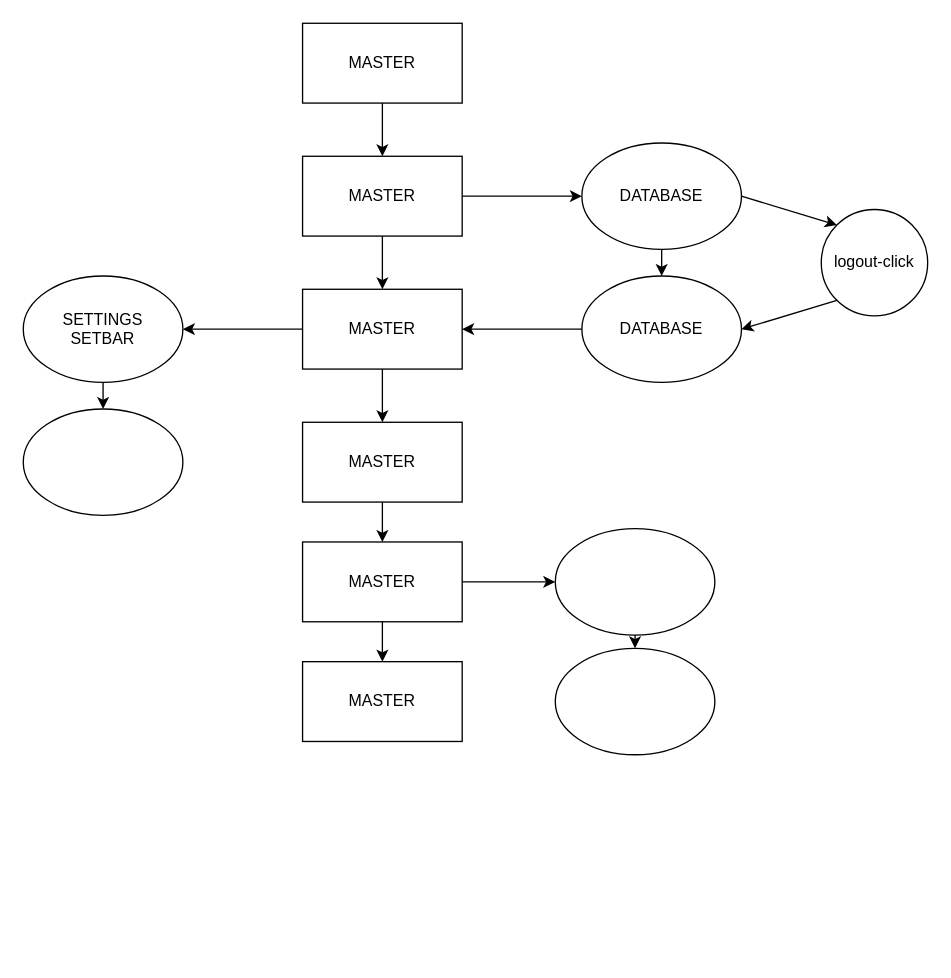
Before: INFORMATION/branches.drawio in Man1exter/MAIG-WAREHOUSE, a draw.io diagram. Source tidied: cells renumbered, new cells numbered last; positions are measured from the earlier drawing's top-left corner, leaving out a move shared by most shapes. Both pictures are drawn from the tidied source at 133%, with x=0, y=0 at pixel (23, 23).
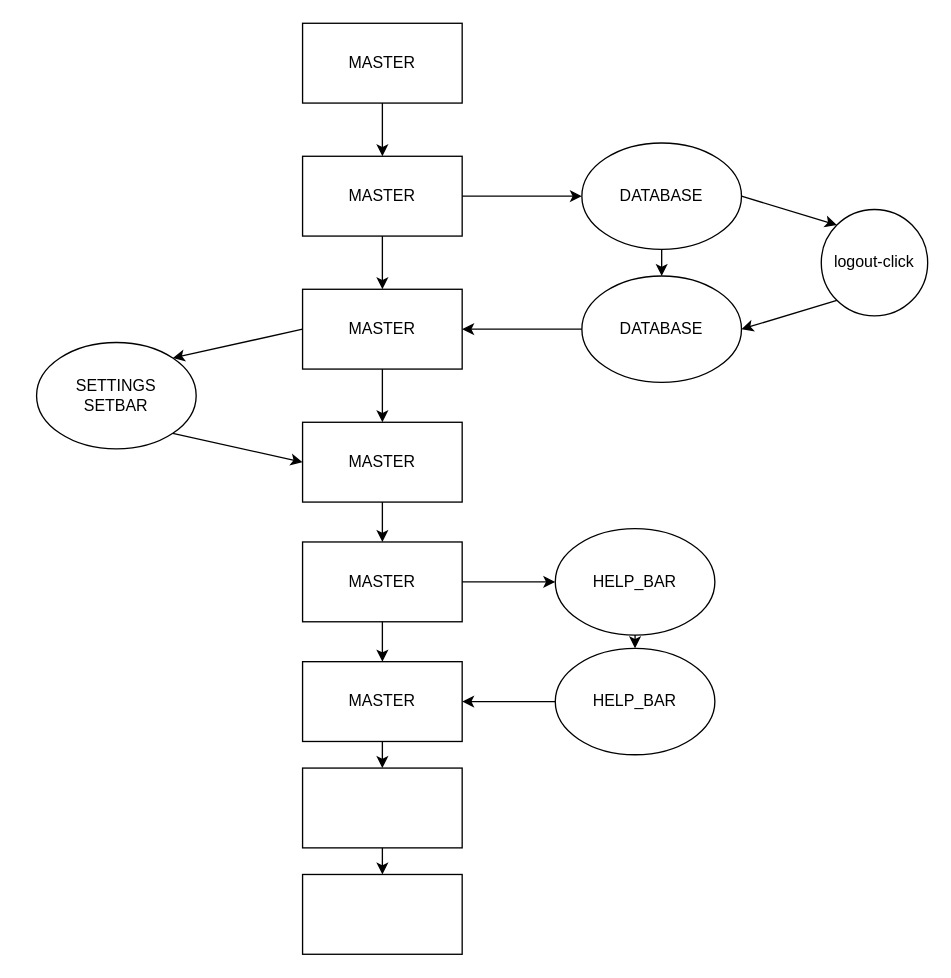
The same diagram, later.

Commit message (it also covers changes not shown here):
Class - section of help/contact us

Unchanged cells that the change refers to:
```xml
<mxCell id="4" value="MASTER" style="rounded=0;whiteSpace=wrap;html=1;" parent="1" vertex="1">
  <mxGeometry x="210" y="200" width="120" height="60" as="geometry" />
</mxCell>
<mxCell id="13" value="MASTER" style="rounded=0;whiteSpace=wrap;html=1;" parent="1" vertex="1">
  <mxGeometry x="210" y="300" width="120" height="60" as="geometry" />
</mxCell>
<mxCell id="22" value="MASTER" style="rounded=0;whiteSpace=wrap;html=1;" parent="1" vertex="1">
  <mxGeometry x="210" y="480" width="120" height="60" as="geometry" />
</mxCell>
```

Change to the diagram source:
```diff
@@
     <mxCell id="17" value="SETTINGS&lt;br&gt;SETBAR" style="ellipse;whiteSpace=wrap;html=1;" parent="1" vertex="1">
-      <mxGeometry y="190" width="120" height="80" as="geometry" />
+      <mxGeometry x="10" y="240" width="120" height="80" as="geometry" />
     </mxCell>
-    <mxCell id="18" style="ellipse;whiteSpace=wrap;html=1;" parent="1" vertex="1">
-      <mxGeometry y="290" width="120" height="80" as="geometry" />
-    </mxCell>
-    <mxCell id="19" style="endArrow=classic;html=1;exitX=0;exitY=0.5;exitDx=0;exitDy=0;entryX=1;entryY=0.5;entryDx=0;entryDy=0;" parent="1" edge="1" source="4" target="17">
+    <mxCell id="19" style="endArrow=classic;html=1;exitX=0;exitY=0.5;exitDx=0;exitDy=0;entryX=1;entryY=0;entryDx=0;entryDy=0;" parent="1" edge="1" source="4" target="17">
       <mxGeometry relative="1" as="geometry" />
     </mxCell>
-    <mxCell id="20" style="endArrow=classic;html=1;exitX=0.5;exitY=1;exitDx=0;exitDy=0;entryX=0.5;entryY=0;entryDx=0;entryDy=0;" parent="1" edge="1" source="17" target="18">
-      <mxGeometry relative="1" as="geometry" />
-    </mxCell>
@@
-    <mxCell id="25" style="ellipse;whiteSpace=wrap;html=1;" parent="1" vertex="1">
+    <mxCell id="25" value="HELP_BAR" style="ellipse;whiteSpace=wrap;html=1;" parent="1" vertex="1">
       <mxGeometry x="400" y="470" width="120" height="80" as="geometry" />
     </mxCell>
-    <mxCell id="26" style="ellipse;whiteSpace=wrap;html=1;" parent="1" vertex="1">
+    <mxCell id="26" value="HELP_BAR" style="ellipse;whiteSpace=wrap;html=1;" parent="1" vertex="1">
       <mxGeometry x="400" y="380" width="120" height="80" as="geometry" />
     </mxCell>
@@
+    <mxCell id="29" style="endArrow=classic;html=1;exitX=1;exitY=1;exitDx=0;exitDy=0;entryX=0;entryY=0.5;entryDx=0;entryDy=0;" parent="1" edge="1" source="17" target="13">
+      <mxGeometry relative="1" as="geometry" />
+    </mxCell>
+    <mxCell id="30" style="endArrow=classic;html=1;exitX=0;exitY=0.5;exitDx=0;exitDy=0;entryX=1;entryY=0.5;entryDx=0;entryDy=0;" parent="1" edge="1" source="25" target="22">
+      <mxGeometry relative="1" as="geometry" />
+    </mxCell>
+    <mxCell id="31" style="rounded=0;whiteSpace=wrap;html=1;" parent="1" vertex="1">
+      <mxGeometry x="210" y="560" width="120" height="60" as="geometry" />
+    </mxCell>
+    <mxCell id="32" style="rounded=0;whiteSpace=wrap;html=1;" parent="1" vertex="1">
+      <mxGeometry x="210" y="640" width="120" height="60" as="geometry" />
+    </mxCell>
+    <mxCell id="33" style="endArrow=classic;html=1;exitX=0.5;exitY=1;exitDx=0;exitDy=0;entryX=0.5;entryY=0;entryDx=0;entryDy=0;" parent="1" edge="1" source="22" target="31">
+      <mxGeometry relative="1" as="geometry" />
+    </mxCell>
+    <mxCell id="34" style="endArrow=classic;html=1;exitX=0.5;exitY=1;exitDx=0;exitDy=0;entryX=0.5;entryY=0;entryDx=0;entryDy=0;" parent="1" edge="1" source="31" target="32">
+      <mxGeometry relative="1" as="geometry" />
+    </mxCell>
```
